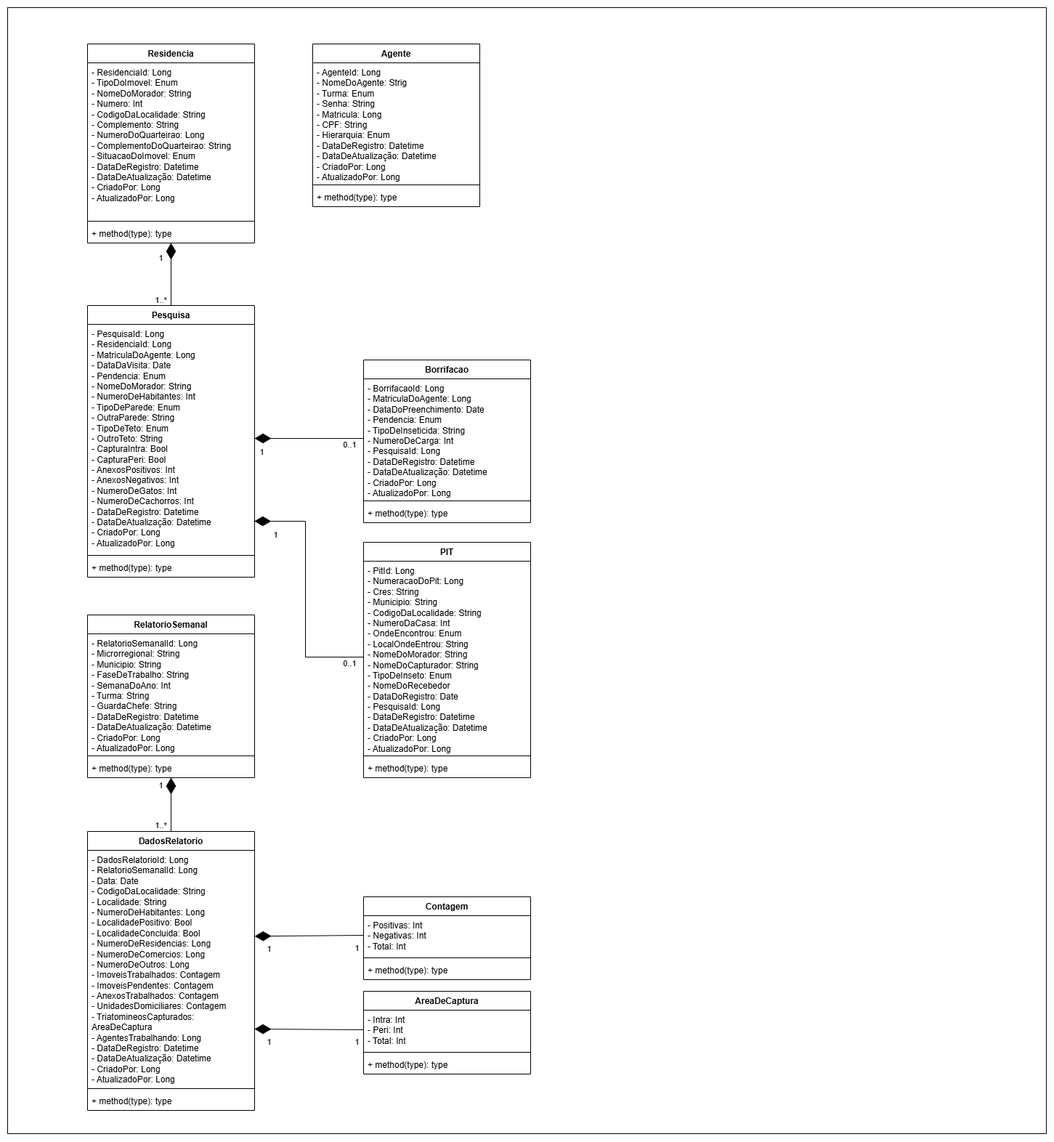
Earlier version of the draw.io export Diagrama de classes.png (Fconeto/P.I-3). Source tidied: cells renumbered, new cells last; positions are measured from the earlier drawing's top-left corner, leaving out a move shared by most shapes.
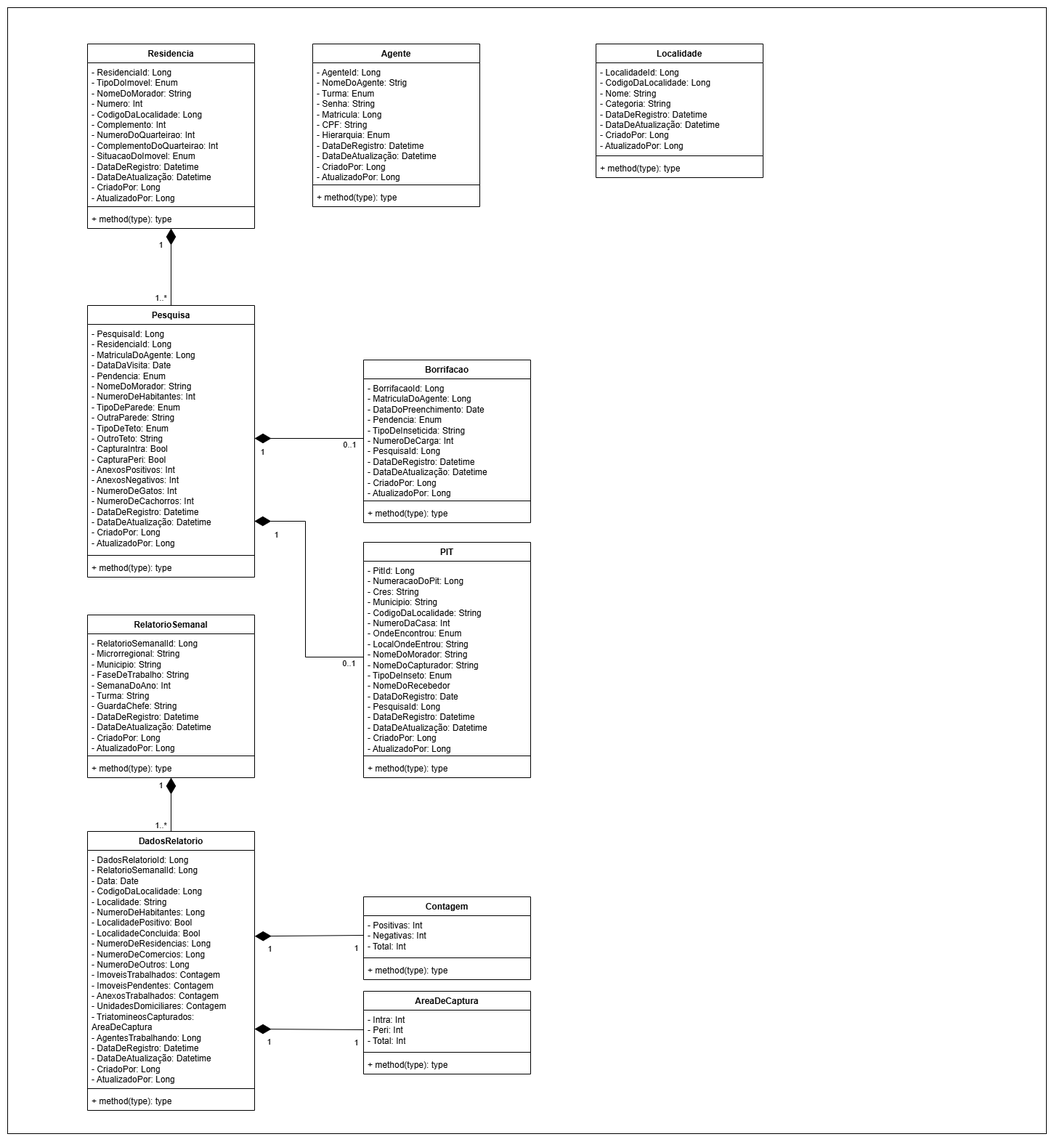
After the commit.

What changed in the source:
```diff
@@ -6,16 +6,16 @@
       <mxGeometry width="1430" height="1550" as="geometry" />
     </mxCell>
     <mxCell id="3" value="Residencia" style="swimlane;fontStyle=1;align=center;verticalAlign=top;horizontal=1;startSize=26;whiteSpace=wrap;html=1;" parent="1" vertex="1">
-      <mxGeometry x="110" y="50" width="230" height="274" as="geometry" />
+      <mxGeometry x="110" y="50" width="230" height="254" as="geometry" />
     </mxCell>
-    <mxCell id="4" value="&lt;div&gt;- ResidenciaId: Long&lt;/div&gt;- TipoDoImovel: Enum&lt;div&gt;- NomeDoMorador: String&lt;/div&gt;&lt;div&gt;- Numero: Int&lt;/div&gt;&lt;div&gt;- CodigoDaLocalidade: String&lt;/div&gt;&lt;div&gt;- Complemento: String&lt;/div&gt;&lt;div&gt;- NumeroDoQuarteirao: Long&lt;/div&gt;&lt;div&gt;- ComplementoDoQuarteirao: String&lt;/div&gt;&lt;div&gt;- SituacaoDoImovel: Enum&lt;/div&gt;&lt;div&gt;- DataDeRegistro: Datetime&lt;/div&gt;&lt;div&gt;- DataDeAtualização: Datetime&lt;/div&gt;&lt;div&gt;- CriadoPor: Long&lt;/div&gt;&lt;div&gt;- AtualizadoPor: Long&lt;/div&gt;&lt;div&gt;&lt;br&gt;&lt;/div&gt;" style="text;strokeColor=none;fillColor=none;align=left;verticalAlign=top;spacingLeft=4;spacingRight=4;overflow=hidden;whiteSpace=wrap;html=1;" parent="3" vertex="1">
-      <mxGeometry y="26" width="230" height="214" as="geometry" />
+    <mxCell id="4" value="&lt;div&gt;- ResidenciaId: Long&lt;/div&gt;- TipoDoImovel: Enum&lt;div&gt;- NomeDoMorador: String&lt;/div&gt;&lt;div&gt;- Numero: Int&lt;/div&gt;&lt;div&gt;- CodigoDaLocalidade: Long&lt;/div&gt;&lt;div&gt;- Complemento: Int&lt;/div&gt;&lt;div&gt;- NumeroDoQuarteirao:&amp;nbsp;&lt;span style=&quot;background-color: transparent; color: light-dark(rgb(0, 0, 0), rgb(255, 255, 255));&quot;&gt;Int&lt;/span&gt;&lt;/div&gt;&lt;div&gt;- ComplementoDoQuarteirao:&amp;nbsp;&lt;span style=&quot;background-color: transparent; color: light-dark(rgb(0, 0, 0), rgb(255, 255, 255));&quot;&gt;Int&lt;/span&gt;&lt;/div&gt;&lt;div&gt;- SituacaoDoImovel: Enum&lt;/div&gt;&lt;div&gt;- DataDeRegistro: Datetime&lt;/div&gt;&lt;div&gt;- DataDeAtualização: Datetime&lt;/div&gt;&lt;div&gt;- CriadoPor: Long&lt;/div&gt;&lt;div&gt;- AtualizadoPor: Long&lt;/div&gt;" style="text;strokeColor=none;fillColor=none;align=left;verticalAlign=top;spacingLeft=4;spacingRight=4;overflow=hidden;whiteSpace=wrap;html=1;" parent="3" vertex="1">
+      <mxGeometry y="26" width="230" height="194" as="geometry" />
     </mxCell>
     <mxCell id="5" style="line;strokeWidth=1;fillColor=none;align=left;verticalAlign=middle;spacingTop=-1;spacingLeft=3;spacingRight=3;labelPosition=right;strokeColor=inherit;" parent="3" vertex="1">
-      <mxGeometry y="240" width="230" height="8" as="geometry" />
+      <mxGeometry y="220" width="230" height="8" as="geometry" />
     </mxCell>
     <mxCell id="6" value="+ method(type): type" style="text;strokeColor=none;fillColor=none;align=left;verticalAlign=top;spacingLeft=4;spacingRight=4;overflow=hidden;whiteSpace=wrap;html=1;" parent="3" vertex="1">
-      <mxGeometry y="248" width="230" height="26" as="geometry" />
+      <mxGeometry y="228" width="230" height="26" as="geometry" />
     </mxCell>
     <mxCell id="7" value="Agente" style="swimlane;fontStyle=1;align=center;verticalAlign=top;horizontal=1;startSize=26;whiteSpace=wrap;html=1;" parent="1" vertex="1">
       <mxGeometry x="420" y="50" width="230" height="224" as="geometry" />
@@ -68,7 +68,7 @@
     <mxCell id="23" value="DadosRelatorio" style="swimlane;fontStyle=1;align=center;verticalAlign=top;horizontal=1;startSize=26;whiteSpace=wrap;html=1;" parent="1" vertex="1">
       <mxGeometry x="110" y="1134" width="230" height="384" as="geometry" />
     </mxCell>
-    <mxCell id="24" value="&lt;div&gt;- DadosRelatorioId: Long&lt;/div&gt;&lt;div&gt;- RelatorioSemanalId: Long&lt;/div&gt;&lt;div&gt;- Data: Date&lt;/div&gt;&lt;div&gt;- CodigoDaLocalidade: String&lt;/div&gt;&lt;div&gt;- Localidade: String&lt;/div&gt;&lt;div&gt;- NumeroDeHabitantes: Long&lt;/div&gt;&lt;div&gt;- LocalidadePositivo: Bool&lt;/div&gt;&lt;div&gt;- LocalidadeConcluida: Bool&lt;/div&gt;&lt;div&gt;- NumeroDeResidencias: Long&lt;/div&gt;&lt;div&gt;- NumeroDeComercios: Long&lt;/div&gt;&lt;div&gt;- NumeroDeOutros: Long&lt;/div&gt;&lt;div&gt;- ImoveisTrabalhados: Contagem&lt;/div&gt;&lt;div&gt;- ImoveisPendentes: Contagem&lt;/div&gt;&lt;div&gt;- AnexosTrabalhados: Contagem&lt;/div&gt;&lt;div&gt;- UnidadesDomiciliares: Contagem&lt;/div&gt;&lt;div&gt;- TriatomineosCapturados: AreaDeCaptura&lt;/div&gt;&lt;div&gt;- AgentesTrabalhando: Long&lt;/div&gt;&lt;div&gt;&lt;div&gt;- DataDeRegistro: Datetime&lt;/div&gt;&lt;div&gt;- DataDeAtualização: Datetime&lt;/div&gt;&lt;div&gt;- CriadoPor: Long&lt;/div&gt;&lt;div&gt;- AtualizadoPor: Long&lt;/div&gt;&lt;/div&gt;" style="text;strokeColor=none;fillColor=none;align=left;verticalAlign=top;spacingLeft=4;spacingRight=4;overflow=hidden;points=[[0,0.5],[1,0.5]];portConstraint=eastwest;whiteSpace=wrap;html=1;" parent="23" vertex="1">
+    <mxCell id="24" value="&lt;div&gt;- DadosRelatorioId: Long&lt;/div&gt;&lt;div&gt;- RelatorioSemanalId: Long&lt;/div&gt;&lt;div&gt;- Data: Date&lt;/div&gt;&lt;div&gt;- CodigoDaLocalidade:&amp;nbsp;&lt;span style=&quot;background-color: transparent; color: light-dark(rgb(0, 0, 0), rgb(255, 255, 255));&quot;&gt;Long&lt;/span&gt;&lt;/div&gt;&lt;div&gt;- Localidade: String&lt;/div&gt;&lt;div&gt;- NumeroDeHabitantes: Long&lt;/div&gt;&lt;div&gt;- LocalidadePositivo: Bool&lt;/div&gt;&lt;div&gt;- LocalidadeConcluida: Bool&lt;/div&gt;&lt;div&gt;- NumeroDeResidencias: Long&lt;/div&gt;&lt;div&gt;- NumeroDeComercios: Long&lt;/div&gt;&lt;div&gt;- NumeroDeOutros: Long&lt;/div&gt;&lt;div&gt;- ImoveisTrabalhados: Contagem&lt;/div&gt;&lt;div&gt;- ImoveisPendentes: Contagem&lt;/div&gt;&lt;div&gt;- AnexosTrabalhados: Contagem&lt;/div&gt;&lt;div&gt;- UnidadesDomiciliares: Contagem&lt;/div&gt;&lt;div&gt;- TriatomineosCapturados: AreaDeCaptura&lt;/div&gt;&lt;div&gt;- AgentesTrabalhando: Long&lt;/div&gt;&lt;div&gt;&lt;div&gt;- DataDeRegistro: Datetime&lt;/div&gt;&lt;div&gt;- DataDeAtualização: Datetime&lt;/div&gt;&lt;div&gt;- CriadoPor: Long&lt;/div&gt;&lt;div&gt;- AtualizadoPor: Long&lt;/div&gt;&lt;/div&gt;" style="text;strokeColor=none;fillColor=none;align=left;verticalAlign=top;spacingLeft=4;spacingRight=4;overflow=hidden;points=[[0,0.5],[1,0.5]];portConstraint=eastwest;whiteSpace=wrap;html=1;" parent="23" vertex="1">
       <mxGeometry y="26" width="230" height="324" as="geometry" />
     </mxCell>
     <mxCell id="25" style="line;strokeWidth=1;fillColor=none;align=left;verticalAlign=middle;spacingTop=-1;spacingLeft=3;spacingRight=3;labelPosition=right;strokeColor=inherit;" parent="23" vertex="1">
@@ -198,5 +198,17 @@
         <mxPoint x="7" y="18" as="offset" />
       </mxGeometry>
     </mxCell>
+    <mxCell id="57" value="Localidade" style="swimlane;fontStyle=1;align=center;verticalAlign=top;horizontal=1;startSize=26;whiteSpace=wrap;html=1;" parent="1" vertex="1">
+      <mxGeometry x="810" y="50" width="230" height="184" as="geometry" />
+    </mxCell>
+    <mxCell id="58" value="&lt;div&gt;&lt;div&gt;- LocalidadeId: Long&lt;/div&gt;&lt;div&gt;- CodigoDaLocalidade:&amp;nbsp;&lt;span style=&quot;background-color: transparent; color: light-dark(rgb(0, 0, 0), rgb(255, 255, 255));&quot;&gt;Long&lt;/span&gt;&lt;/div&gt;&lt;/div&gt;&lt;div&gt;&lt;span style=&quot;background-color: transparent; color: light-dark(rgb(0, 0, 0), rgb(255, 255, 255));&quot;&gt;- Nome: String&lt;/span&gt;&lt;/div&gt;&lt;div&gt;&lt;span style=&quot;background-color: transparent; color: light-dark(rgb(0, 0, 0), rgb(255, 255, 255));&quot;&gt;- Categoria: String&lt;/span&gt;&lt;/div&gt;&lt;div&gt;&lt;div&gt;- DataDeRegistro: Datetime&lt;/div&gt;&lt;div&gt;- DataDeAtualização: Datetime&lt;/div&gt;&lt;div&gt;- CriadoPor: Long&lt;/div&gt;&lt;div&gt;- AtualizadoPor: Long&lt;/div&gt;&lt;/div&gt;" style="text;strokeColor=none;fillColor=none;align=left;verticalAlign=top;spacingLeft=4;spacingRight=4;overflow=hidden;whiteSpace=wrap;html=1;" parent="57" vertex="1">
+      <mxGeometry y="26" width="230" height="124" as="geometry" />
+    </mxCell>
+    <mxCell id="59" style="line;strokeWidth=1;fillColor=none;align=left;verticalAlign=middle;spacingTop=-1;spacingLeft=3;spacingRight=3;labelPosition=right;strokeColor=inherit;" parent="57" vertex="1">
+      <mxGeometry y="150" width="230" height="8" as="geometry" />
+    </mxCell>
+    <mxCell id="60" value="+ method(type): type" style="text;strokeColor=none;fillColor=none;align=left;verticalAlign=top;spacingLeft=4;spacingRight=4;overflow=hidden;whiteSpace=wrap;html=1;" parent="57" vertex="1">
+      <mxGeometry y="158" width="230" height="26" as="geometry" />
+    </mxCell>
   </root>
 </mxGraphModel>
```
